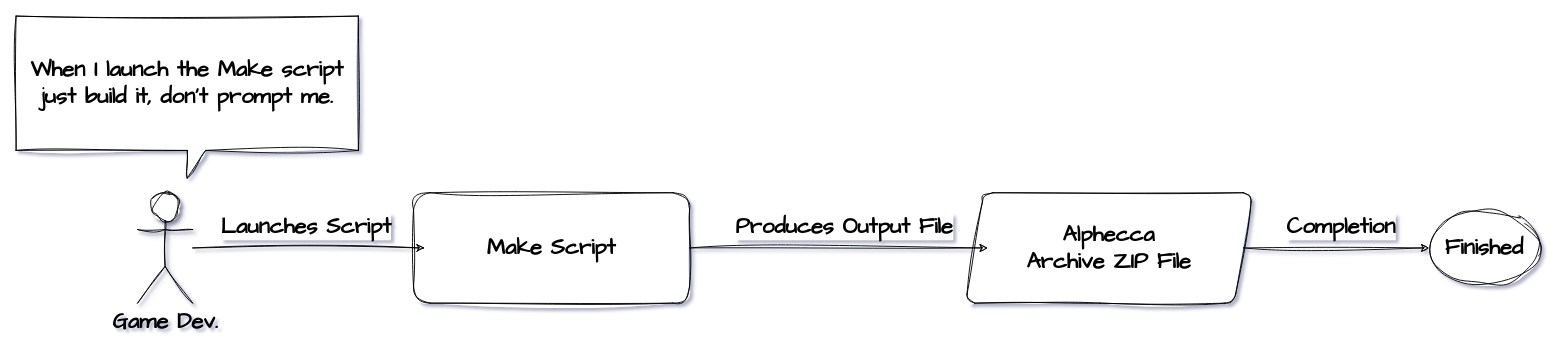
This is page "High Level" (1 of 6) of Documents/Make Script/Alphecca Compiler-Python.drawio from SibTiger/Alphecca, a draw.io file, before an edit. Source tidied: cells renumbered, new cells numbered last; positions are measured from the earlier drawing's top-left corner, leaving out a move shared by most shapes. Both pictures are drawn from the tidied source at 92%, with x=0, y=0 at pixel (16, 16).
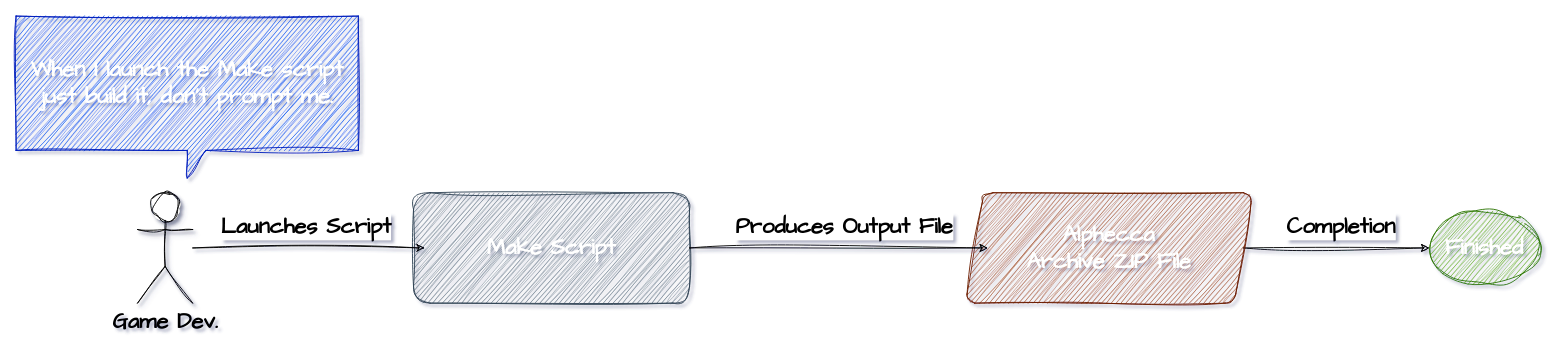
After the change.

Diff of the diagram source:
```diff
@@
 <mxGraphModel shadow="1">
   <root>
     <mxCell id="0" />
     <mxCell id="1" parent="0" />
     <mxCell id="2" value="Game Dev." style="shape=umlActor;verticalLabelPosition=bottom;verticalAlign=top;html=1;outlineConnect=0;sketch=1;hachureGap=4;jiggle=2;curveFitting=1;fontFamily=Architects Daughter;shadow=1;fontStyle=1;fontSize=24;" parent="1" vertex="1">
       <mxGeometry x="132" y="192" width="60" height="120" as="geometry" />
     </mxCell>
     <mxCell id="3" style="edgeStyle=orthogonalEdgeStyle;rounded=0;sketch=1;hachureGap=4;jiggle=2;curveFitting=1;jettySize=auto;html=1;entryX=0;entryY=0.5;entryDx=0;entryDy=0;fontFamily=Architects Daughter;" parent="1" edge="1" source="5" target="11">
       <mxGeometry relative="1" as="geometry" />
     </mxCell>
     <mxCell id="4" value="&lt;b&gt;&lt;font&gt;Completion&lt;/font&gt;&lt;/b&gt;" style="edgeLabel;html=1;align=center;verticalAlign=middle;sketch=1;hachureGap=4;jiggle=2;curveFitting=1;fontFamily=Architects Daughter;fontSize=24;" parent="3" vertex="1">
       <mxGeometry x="0.14" y="-2" relative="1" as="geometry">
         <mxPoint x="-10" y="-26" as="offset" />
       </mxGeometry>
     </mxCell>
-    <mxCell id="5" value="Alphecca&lt;div&gt;Archive ZIP File&lt;/div&gt;" style="shape=parallelogram;perimeter=parallelogramPerimeter;whiteSpace=wrap;html=1;fixedSize=1;sketch=1;hachureGap=4;jiggle=2;curveFitting=1;fontFamily=Architects Daughter;rounded=1;gradientColor=none;fontSize=24;fontStyle=1;" parent="1" vertex="1">
+    <mxCell id="5" value="Alphecca&lt;div&gt;Archive ZIP File&lt;/div&gt;" style="shape=parallelogram;perimeter=parallelogramPerimeter;whiteSpace=wrap;html=1;fixedSize=1;sketch=1;hachureGap=4;jiggle=2;curveFitting=1;fontFamily=Architects Daughter;rounded=1;fontSize=24;fontStyle=1;fillColor=#a0522d;fontColor=#ffffff;strokeColor=#6D1F00;" parent="1" vertex="1">
       <mxGeometry x="1032" y="192" width="312" height="120" as="geometry" />
     </mxCell>
-    <mxCell id="6" value="Make Script" style="rounded=1;whiteSpace=wrap;html=1;sketch=1;hachureGap=4;jiggle=2;curveFitting=1;fontFamily=Architects Daughter;fontSize=24;fontStyle=1;" parent="1" vertex="1">
+    <mxCell id="6" value="Make Script" style="rounded=1;whiteSpace=wrap;html=1;sketch=1;hachureGap=4;jiggle=2;curveFitting=1;fontFamily=Architects Daughter;fontSize=24;fontStyle=1;fillColor=#647687;strokeColor=#314354;fontColor=#ffffff;" parent="1" vertex="1">
       <mxGeometry x="432" y="192" width="300" height="120" as="geometry" />
     </mxCell>
     <mxCell id="7" style="edgeStyle=orthogonalEdgeStyle;rounded=0;sketch=1;hachureGap=4;jiggle=2;curveFitting=1;jettySize=auto;html=1;entryX=0.04;entryY=0.5;entryDx=0;entryDy=0;entryPerimeter=0;fontFamily=Architects Daughter;" parent="1" edge="1" source="2" target="6">
       <mxGeometry relative="1" as="geometry" />
     </mxCell>
     <mxCell id="8" value="&lt;b&gt;&lt;font&gt;Launches Script&lt;/font&gt;&lt;/b&gt;" style="edgeLabel;html=1;align=center;verticalAlign=middle;sketch=1;hachureGap=4;jiggle=2;curveFitting=1;fontFamily=Architects Daughter;fontSize=24;" parent="7" vertex="1">
       <mxGeometry x="-0.03" y="-5" relative="1" as="geometry">
         <mxPoint y="-29" as="offset" />
       </mxGeometry>
     </mxCell>
     <mxCell id="9" style="edgeStyle=orthogonalEdgeStyle;rounded=0;sketch=1;hachureGap=4;jiggle=2;curveFitting=1;jettySize=auto;html=1;entryX=0.077;entryY=0.5;entryDx=0;entryDy=0;entryPerimeter=0;fontFamily=Architects Daughter;" parent="1" edge="1" source="6" target="5">
       <mxGeometry relative="1" as="geometry" />
     </mxCell>
     <mxCell id="10" value="&lt;b&gt;&lt;font&gt;Produces Output File&lt;/font&gt;&lt;/b&gt;" style="edgeLabel;html=1;align=center;verticalAlign=middle;sketch=1;hachureGap=4;jiggle=2;curveFitting=1;fontFamily=Architects Daughter;fontSize=24;" parent="9" vertex="1">
       <mxGeometry x="-0.01" y="4" relative="1" as="geometry">
         <mxPoint x="7" y="-20" as="offset" />
       </mxGeometry>
     </mxCell>
-    <mxCell id="11" value="&lt;b&gt;&lt;font&gt;Finished&lt;/font&gt;&lt;/b&gt;" style="ellipse;whiteSpace=wrap;html=1;sketch=1;hachureGap=4;jiggle=2;curveFitting=1;fontFamily=Architects Daughter;fontSize=24;" parent="1" vertex="1">
+    <mxCell id="11" value="&lt;b&gt;&lt;font&gt;Finished&lt;/font&gt;&lt;/b&gt;" style="ellipse;whiteSpace=wrap;html=1;sketch=1;hachureGap=4;jiggle=2;curveFitting=1;fontFamily=Architects Daughter;fontSize=24;fillColor=#60a917;fontColor=#ffffff;strokeColor=#2D7600;" parent="1" vertex="1">
       <mxGeometry x="1536" y="212" width="120" height="80" as="geometry" />
     </mxCell>
-    <mxCell id="12" value="&lt;b&gt;&lt;font style=&quot;font-size: 24px;&quot;&gt;When I launch the Make script just build it, don't prompt me.&lt;/font&gt;&lt;/b&gt;" style="shape=callout;whiteSpace=wrap;html=1;perimeter=calloutPerimeter;sketch=1;hachureGap=4;jiggle=2;curveFitting=1;fontFamily=Architects Daughter;" parent="1" vertex="1">
+    <mxCell id="12" value="&lt;b&gt;&lt;font style=&quot;font-size: 24px;&quot;&gt;When I launch the Make script just build it, don't prompt me.&lt;/font&gt;&lt;/b&gt;" style="shape=callout;whiteSpace=wrap;html=1;perimeter=calloutPerimeter;sketch=1;hachureGap=4;jiggle=2;curveFitting=1;fontFamily=Architects Daughter;fillColor=#0050ef;fontColor=#ffffff;strokeColor=#001DBC;" parent="1" vertex="1">
       <mxGeometry width="372" height="176" as="geometry" />
     </mxCell>
   </root>
 </mxGraphModel>
```
